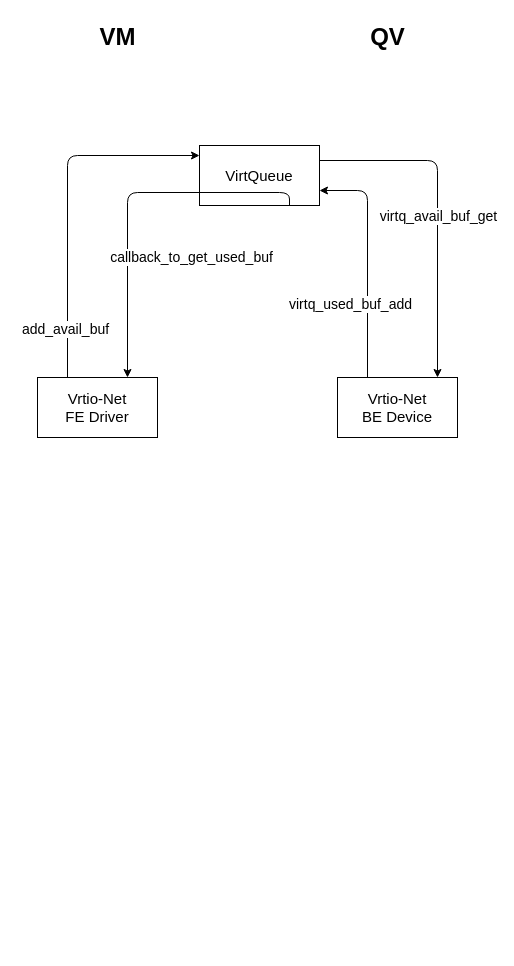
SongXiaoLongg/DrawIO keeps this draw.io diagram as page "第 3 页" (3 of 4) of virtio-net.drawio. Above is the earlier version. Source tidied: cells renumbered, new cells numbered last; positions are measured from the earlier drawing's top-left corner, leaving out a move shared by most shapes. Both pictures are drawn from the tidied source at 100%, with x=0, y=0 at pixel (37, 17).
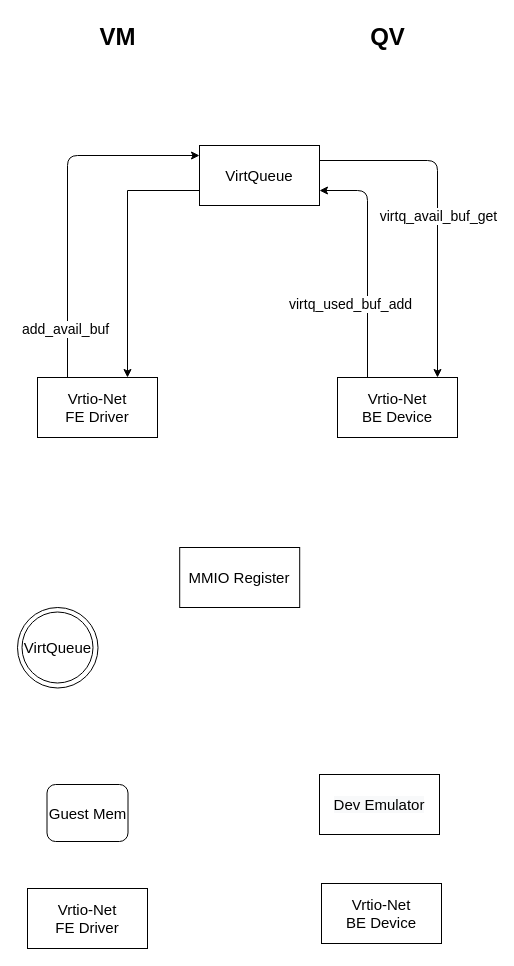
The same diagram, later.

Unchanged cells that the change refers to:
```xml
<mxCell id="4" value="Vrtio-Net&lt;br&gt;FE Driver" style="rounded=0;whiteSpace=wrap;html=1;labelBackgroundColor=none;strokeColor=default;fontSize=15;fontColor=default;fillColor=none;" parent="1" vertex="1">
  <mxGeometry y="360" width="120" height="60" as="geometry" />
</mxCell>
<mxCell id="7" value="VirtQueue" style="whiteSpace=wrap;html=1;fontSize=15;fillColor=none;rounded=0;labelBackgroundColor=none;" parent="1" vertex="1">
  <mxGeometry x="162" y="128" width="120" height="60" as="geometry" />
</mxCell>
```

Diff of the diagram source:
```diff
@@
-    <mxCell id="5" style="edgeStyle=orthogonalEdgeStyle;jettySize=auto;html=1;exitX=0.75;exitY=1;exitDx=0;exitDy=0;entryX=0.75;entryY=0;entryDx=0;entryDy=0;strokeWidth=1;fontSize=14;" parent="1" edge="1" source="7" target="4">
-      <mxGeometry relative="1" as="geometry">
-        <Array as="points">
-          <mxPoint x="90" y="175" />
-        </Array>
-      </mxGeometry>
+    <mxCell id="5" style="edgeStyle=orthogonalEdgeStyle;rounded=0;jettySize=auto;html=1;exitX=0;exitY=0.75;exitDx=0;exitDy=0;entryX=0.75;entryY=0;entryDx=0;entryDy=0;fontSize=15;" parent="1" edge="1" source="7" target="4">
+      <mxGeometry relative="1" as="geometry" />
     </mxCell>
-    <mxCell id="6" value="callback_to_get_used_buf" style="edgeLabel;html=1;align=center;verticalAlign=middle;fontSize=14;" parent="5" vertex="1">
-      <mxGeometry x="-0.22" relative="1" as="geometry">
-        <mxPoint x="28" y="64" as="offset" />
-      </mxGeometry>
-    </mxCell>
@@
+    <mxCell id="15" value="Vrtio-Net&lt;br&gt;FE Driver" style="rounded=0;whiteSpace=wrap;html=1;fontSize=15;" parent="1" vertex="1">
+      <mxGeometry x="-10" y="871" width="120" height="60" as="geometry" />
+    </mxCell>
+    <mxCell id="16" style="group;" parent="1" vertex="1">
+      <mxGeometry x="-20" y="590" width="80.5" height="80.5" as="geometry" />
+    </mxCell>
+    <mxCell id="17" style="ellipse;whiteSpace=wrap;html=1;fontSize=15;" parent="16" vertex="1">
+      <mxGeometry width="80.5" height="80.5" as="geometry" />
+    </mxCell>
+    <mxCell id="18" value="VirtQueue" style="ellipse;whiteSpace=wrap;html=1;fontSize=15;" parent="16" vertex="1">
+      <mxGeometry x="4.5" y="4.5" width="71" height="71" as="geometry" />
+    </mxCell>
+    <mxCell id="19" value="Guest Mem" style="rounded=1;whiteSpace=wrap;html=1;fontSize=15;" parent="1" vertex="1">
+      <mxGeometry x="9.5" y="767" width="81" height="57" as="geometry" />
+    </mxCell>
+    <mxCell id="20" value="MMIO Register" style="rounded=0;whiteSpace=wrap;html=1;fontSize=15;" parent="1" vertex="1">
+      <mxGeometry x="142.2" y="530" width="120" height="60" as="geometry" />
+    </mxCell>
+    <mxCell id="21" value="Vrtio-Net&lt;br&gt;BE Device" style="rounded=0;whiteSpace=wrap;html=1;fontSize=15;" parent="1" vertex="1">
+      <mxGeometry x="284" y="866" width="120" height="60" as="geometry" />
+    </mxCell>
+    <mxCell id="22" value="&lt;span style=&quot;background-color: rgb(248, 249, 250);&quot;&gt;Dev Emulator&lt;/span&gt;" style="rounded=0;whiteSpace=wrap;html=1;fontSize=15;" parent="1" vertex="1">
+      <mxGeometry x="282" y="757" width="120" height="60" as="geometry" />
+    </mxCell>
```
